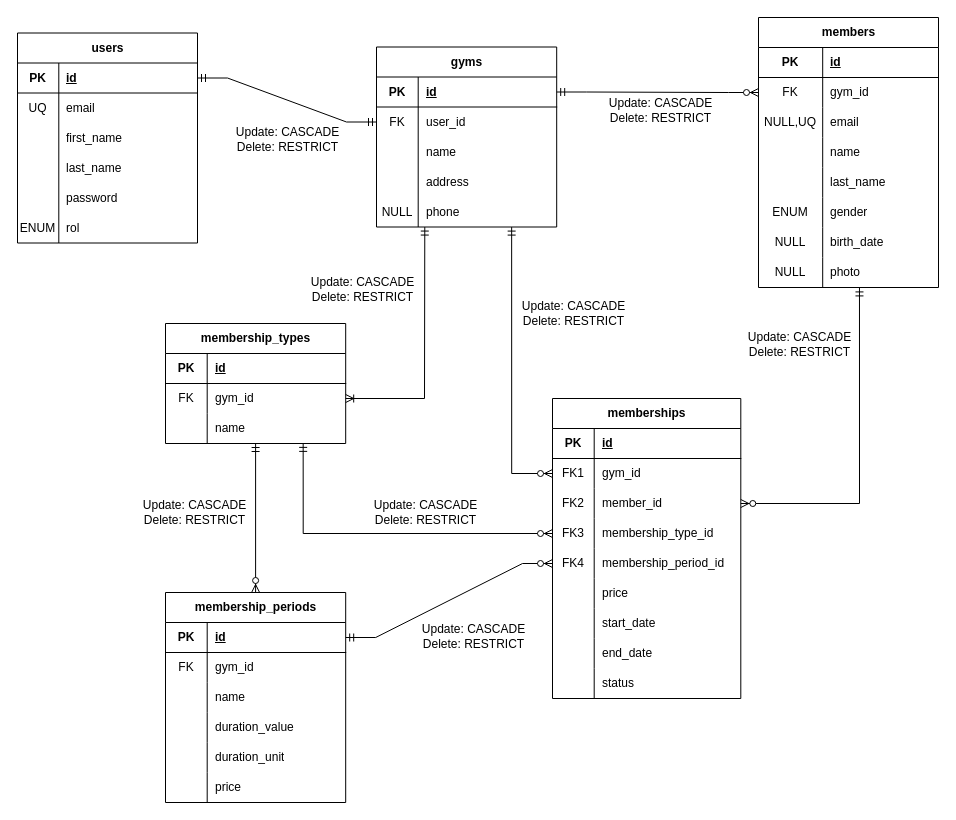
Above: docs/logical-design.drawio in hdz-kevin/Trainly (draw.io), before the change. Source tidied: cells renumbered, new cells numbered last; positions are measured from the earlier drawing's top-left corner, leaving out a move shared by most shapes. Both pictures are drawn from the tidied source at 100%, with x=0, y=0 at pixel (17, 17).
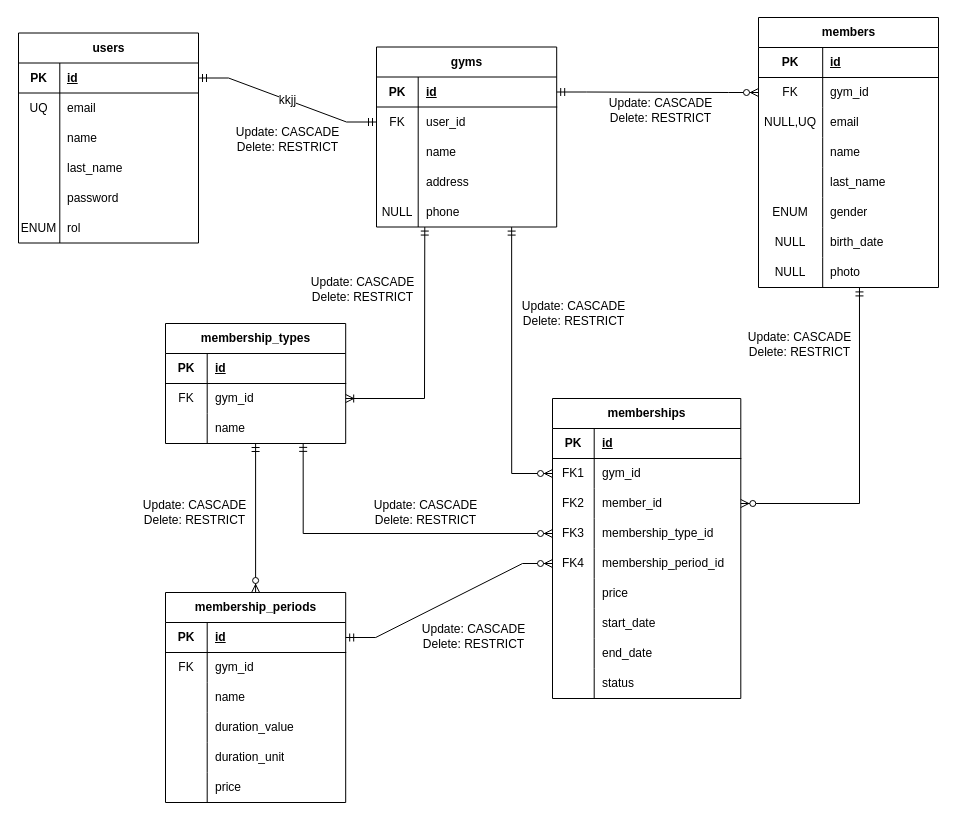
After the change.

Commit message (it also covers changes not shown here):
first_name to name on users table

The change refers to these unchanged cells:
```xml
<mxCell id="3" style="shape=tableRow;horizontal=0;startSize=0;swimlaneHead=0;swimlaneBody=0;fillColor=none;points=[[0,0.5],[1,0.5]];portConstraint=eastwest;top=0;left=0;right=0;bottom=1;" parent="2" vertex="1">
  <mxGeometry y="30" width="180" height="30" as="geometry" />
</mxCell>
<mxCell id="9" style="shape=tableRow;horizontal=0;startSize=0;swimlaneHead=0;swimlaneBody=0;fillColor=none;top=0;left=0;right=0;bottom=0;" parent="2" vertex="1">
  <mxGeometry y="90" width="180" height="30" as="geometry" />
</mxCell>
<mxCell id="25" style="shape=tableRow;horizontal=0;startSize=0;swimlaneHead=0;swimlaneBody=0;fillColor=none;points=[[0,0.5],[1,0.5]];portConstraint=eastwest;top=0;left=0;right=0;bottom=0;" parent="21" vertex="1">
  <mxGeometry y="60" width="180.2" height="30" as="geometry" />
</mxCell>
```

The edit, as a diff of the source:
```diff
@@
     <mxCell id="2" value="users" style="shape=table;startSize=30;childLayout=tableLayout;rowLines=0;fontStyle=1;align=center;html=1;" parent="1" vertex="1">
-      <mxGeometry y="15.5" width="180" height="210" as="geometry" />
+      <mxGeometry x="1" y="15.5" width="180" height="210" as="geometry" />
     </mxCell>
@@
-    <mxCell id="11" value="first_name" style="shape=partialRectangle;fillColor=none;top=0;left=0;bottom=0;right=0;align=left;spacingLeft=6;overflow=hidden;whiteSpace=wrap;html=1;" parent="9" vertex="1">
+    <mxCell id="11" value="name" style="shape=partialRectangle;fillColor=none;top=0;left=0;bottom=0;right=0;align=left;spacingLeft=6;overflow=hidden;whiteSpace=wrap;html=1;" parent="9" vertex="1">
       <mxGeometry x="41.3" width="138.7" height="30" as="geometry" />
     </mxCell>
@@
-    <mxCell id="37" style="fontSize=12;html=1;endArrow=ERmandOne;startArrow=ERmandOne;rounded=0;entryX=0;entryY=0.5;entryDx=0;entryDy=0;exitX=1;exitY=0.5;exitDx=0;exitDy=0;edgeStyle=entityRelationEdgeStyle;elbow=vertical;" parent="1" edge="1" source="3" target="25">
+    <mxCell id="37" value="kkjj" style="fontSize=12;html=1;endArrow=ERmandOne;startArrow=ERmandOne;rounded=0;entryX=0;entryY=0.5;entryDx=0;entryDy=0;exitX=1;exitY=0.5;exitDx=0;exitDy=0;edgeStyle=entityRelationEdgeStyle;elbow=vertical;" parent="1" edge="1" source="3" target="25">
       <mxGeometry relative="1" as="geometry" />
     </mxCell>
```
